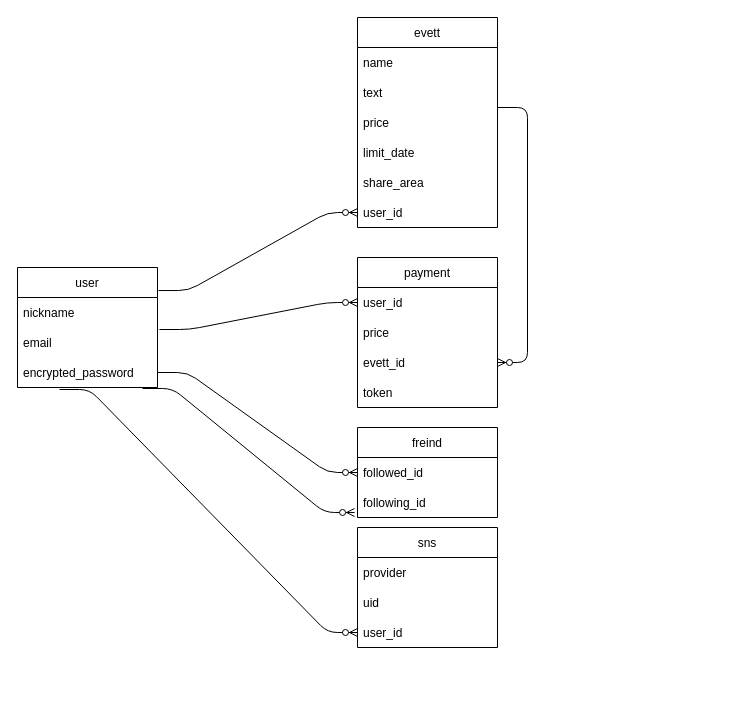
The draw.io diagram evett_db.dio in yukitaka7478/evett, before the edit. Source tidied: cells renumbered, new cells numbered last; positions are measured from the earlier drawing's top-left corner, leaving out a move shared by most shapes. Both pictures are drawn from the tidied source at 100%, with x=0, y=0 at pixel (17, 17).
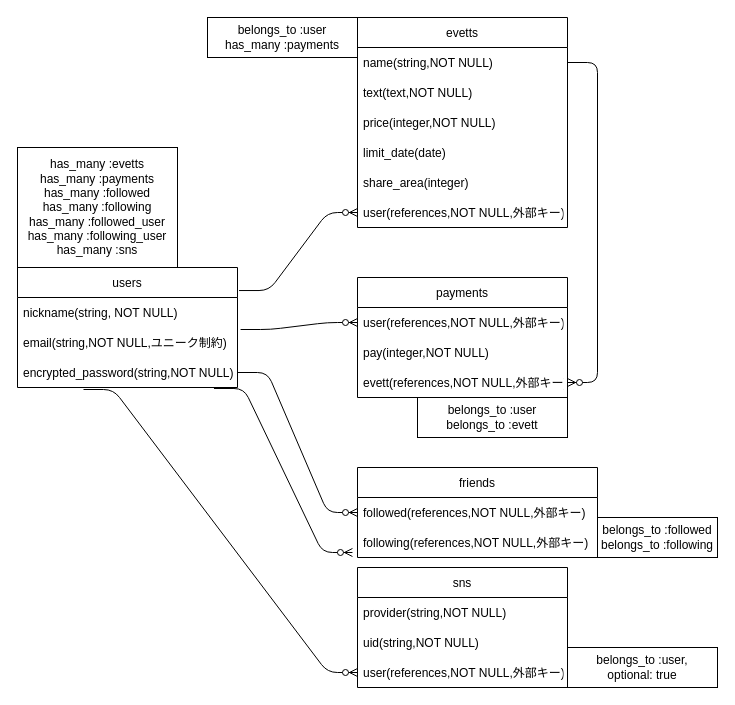
Above is the later version.

Commit message (it also covers changes not shown here):
データベース設計

Diff of the diagram source:
```diff
@@
-    <mxCell id="2" value="evett" style="swimlane;fontStyle=0;horizontal=1;startSize=30;" parent="1" vertex="1">
-      <mxGeometry x="340" width="140" height="210" as="geometry" />
+    <mxCell id="2" value="evetts" style="swimlane;fontStyle=0;horizontal=1;startSize=30;" parent="1" vertex="1">
+      <mxGeometry x="340" width="210" height="210" as="geometry" />
     </mxCell>
-    <mxCell id="3" value="name" style="text;strokeColor=none;fillColor=none;align=left;verticalAlign=middle;spacingLeft=4;spacingRight=4;overflow=hidden;points=[[0,0.5],[1,0.5]];portConstraint=eastwest;" parent="2" vertex="1">
-      <mxGeometry y="30" width="140" height="30" as="geometry" />
+    <mxCell id="3" value="name(string,NOT NULL)" style="text;strokeColor=none;fillColor=none;align=left;verticalAlign=middle;spacingLeft=4;spacingRight=4;overflow=hidden;points=[[0,0.5],[1,0.5]];portConstraint=eastwest;" parent="2" vertex="1">
+      <mxGeometry y="30" width="210" height="30" as="geometry" />
     </mxCell>
-    <mxCell id="4" value="text" style="text;strokeColor=none;fillColor=none;align=left;verticalAlign=middle;spacingLeft=4;spacingRight=4;overflow=hidden;" parent="2" vertex="1">
-      <mxGeometry y="60" width="140" height="30" as="geometry" />
+    <mxCell id="4" value="text(text,NOT NULL)" style="text;strokeColor=none;fillColor=none;align=left;verticalAlign=middle;spacingLeft=4;spacingRight=4;overflow=hidden;" parent="2" vertex="1">
+      <mxGeometry y="60" width="210" height="30" as="geometry" />
     </mxCell>
-    <mxCell id="5" value="price" style="text;strokeColor=none;fillColor=none;align=left;verticalAlign=middle;spacingLeft=4;spacingRight=4;overflow=hidden;" parent="2" vertex="1">
-      <mxGeometry y="90" width="140" height="30" as="geometry" />
+    <mxCell id="5" value="price(integer,NOT NULL)" style="text;strokeColor=none;fillColor=none;align=left;verticalAlign=middle;spacingLeft=4;spacingRight=4;overflow=hidden;" parent="2" vertex="1">
+      <mxGeometry y="90" width="210" height="30" as="geometry" />
     </mxCell>
-    <mxCell id="6" value="limit_date" style="text;strokeColor=none;fillColor=none;align=left;verticalAlign=middle;spacingLeft=4;spacingRight=4;overflow=hidden;" parent="2" vertex="1">
-      <mxGeometry y="120" width="140" height="30" as="geometry" />
+    <mxCell id="6" value="limit_date(date)" style="text;strokeColor=none;fillColor=none;align=left;verticalAlign=middle;spacingLeft=4;spacingRight=4;overflow=hidden;" parent="2" vertex="1">
+      <mxGeometry y="120" width="210" height="30" as="geometry" />
     </mxCell>
-    <mxCell id="7" value="share_area" style="text;strokeColor=none;fillColor=none;align=left;verticalAlign=middle;spacingLeft=4;spacingRight=4;overflow=hidden;" parent="2" vertex="1">
-      <mxGeometry y="150" width="140" height="30" as="geometry" />
+    <mxCell id="7" value="share_area(integer)" style="text;strokeColor=none;fillColor=none;align=left;verticalAlign=middle;spacingLeft=4;spacingRight=4;overflow=hidden;" parent="2" vertex="1">
+      <mxGeometry y="150" width="210" height="30" as="geometry" />
     </mxCell>
-    <mxCell id="8" value="user_id" style="text;strokeColor=none;fillColor=none;align=left;verticalAlign=middle;spacingLeft=4;spacingRight=4;overflow=hidden;points=[[0,0.5],[1,0.5]];portConstraint=eastwest;" parent="2" vertex="1">
-      <mxGeometry y="180" width="140" height="30" as="geometry" />
+    <mxCell id="8" value="user(references,NOT NULL,外部キー)" style="text;strokeColor=none;fillColor=none;align=left;verticalAlign=middle;spacingLeft=4;spacingRight=4;overflow=hidden;points=[[0,0.5],[1,0.5]];portConstraint=eastwest;" parent="2" vertex="1">
+      <mxGeometry y="180" width="210" height="30" as="geometry" />
     </mxCell>
-    <mxCell id="9" value="user" style="swimlane;fontStyle=0;horizontal=1;startSize=30;" parent="1" vertex="1">
-      <mxGeometry y="250" width="140" height="120" as="geometry" />
+    <mxCell id="9" value="users" style="swimlane;fontStyle=0;horizontal=1;startSize=30;" parent="1" vertex="1">
+      <mxGeometry y="250" width="220" height="120" as="geometry" />
     </mxCell>
-    <mxCell id="10" value="nickname" style="text;strokeColor=none;fillColor=none;align=left;verticalAlign=middle;spacingLeft=4;spacingRight=4;overflow=hidden;" parent="9" vertex="1">
-      <mxGeometry y="30" width="140" height="30" as="geometry" />
+    <mxCell id="10" value="nickname(string, NOT NULL)" style="text;strokeColor=none;fillColor=none;align=left;verticalAlign=middle;spacingLeft=4;spacingRight=4;overflow=hidden;" parent="9" vertex="1">
+      <mxGeometry y="30" width="220" height="30" as="geometry" />
     </mxCell>
-    <mxCell id="11" value="email" style="text;strokeColor=none;fillColor=none;align=left;verticalAlign=middle;spacingLeft=4;spacingRight=4;overflow=hidden;points=[[0,0.5],[1,0.5]];portConstraint=eastwest;" parent="9" vertex="1">
-      <mxGeometry y="60" width="140" height="30" as="geometry" />
+    <mxCell id="11" value="email(string,NOT NULL,ユニーク制約)" style="text;strokeColor=none;fillColor=none;align=left;verticalAlign=middle;spacingLeft=4;spacingRight=4;overflow=hidden;points=[[0,0.5],[1,0.5]];portConstraint=eastwest;" parent="9" vertex="1">
+      <mxGeometry y="60" width="220" height="30" as="geometry" />
     </mxCell>
-    <mxCell id="12" value="encrypted_password" style="text;strokeColor=none;fillColor=none;align=left;verticalAlign=middle;spacingLeft=4;spacingRight=4;overflow=hidden;points=[[0,0.5],[1,0.5]];portConstraint=eastwest;" parent="9" vertex="1">
-      <mxGeometry y="90" width="140" height="30" as="geometry" />
+    <mxCell id="12" value="encrypted_password(string,NOT NULL)" style="text;strokeColor=none;fillColor=none;align=left;verticalAlign=middle;spacingLeft=4;spacingRight=4;overflow=hidden;points=[[0,0.5],[1,0.5]];portConstraint=eastwest;" parent="9" vertex="1">
+      <mxGeometry y="90" width="220" height="30" as="geometry" />
     </mxCell>
-    <mxCell id="13" value="freind" style="swimlane;fontStyle=0;horizontal=1;startSize=30;" parent="1" vertex="1">
-      <mxGeometry x="340" y="410" width="140" height="90" as="geometry" />
+    <mxCell id="13" value="friends" style="swimlane;fontStyle=0;horizontal=1;startSize=30;" parent="1" vertex="1">
+      <mxGeometry x="340" y="450" width="240" height="90" as="geometry" />
     </mxCell>
-    <mxCell id="14" value="followed_id" style="text;strokeColor=none;fillColor=none;align=left;verticalAlign=middle;spacingLeft=4;spacingRight=4;overflow=hidden;points=[[0,0.5],[1,0.5]];portConstraint=eastwest;" parent="13" vertex="1">
-      <mxGeometry y="30" width="140" height="30" as="geometry" />
+    <mxCell id="14" value="followed(references,NOT NULL,外部キー)" style="text;strokeColor=none;fillColor=none;align=left;verticalAlign=middle;spacingLeft=4;spacingRight=4;overflow=hidden;points=[[0,0.5],[1,0.5]];portConstraint=eastwest;" parent="13" vertex="1">
+      <mxGeometry y="30" width="240" height="30" as="geometry" />
     </mxCell>
-    <mxCell id="15" value="following_id" style="text;strokeColor=none;fillColor=none;align=left;verticalAlign=middle;spacingLeft=4;spacingRight=4;overflow=hidden;points=[[0,0.5],[1,0.5]];portConstraint=eastwest;" parent="13" vertex="1">
-      <mxGeometry y="60" width="140" height="30" as="geometry" />
+    <mxCell id="15" value="following(references,NOT NULL,外部キー)" style="text;strokeColor=none;fillColor=none;align=left;verticalAlign=middle;spacingLeft=4;spacingRight=4;overflow=hidden;points=[[0,0.5],[1,0.5]];portConstraint=eastwest;" parent="13" vertex="1">
+      <mxGeometry y="60" width="240" height="30" as="geometry" />
     </mxCell>
     <mxCell id="16" value="sns" style="swimlane;fontStyle=0;horizontal=1;startSize=30;" parent="1" vertex="1">
-      <mxGeometry x="340" y="510" width="140" height="120" as="geometry" />
+      <mxGeometry x="340" y="550" width="210" height="120" as="geometry" />
     </mxCell>
-    <mxCell id="17" value="provider" style="text;strokeColor=none;fillColor=none;align=left;verticalAlign=middle;spacingLeft=4;spacingRight=4;overflow=hidden;" parent="16" vertex="1">
-      <mxGeometry y="30" width="140" height="30" as="geometry" />
+    <mxCell id="17" value="provider(string,NOT NULL)" style="text;strokeColor=none;fillColor=none;align=left;verticalAlign=middle;spacingLeft=4;spacingRight=4;overflow=hidden;" parent="16" vertex="1">
+      <mxGeometry y="30" width="210" height="30" as="geometry" />
     </mxCell>
-    <mxCell id="18" value="uid" style="text;strokeColor=none;fillColor=none;align=left;verticalAlign=middle;spacingLeft=4;spacingRight=4;overflow=hidden;" parent="16" vertex="1">
-      <mxGeometry y="60" width="140" height="30" as="geometry" />
+    <mxCell id="18" value="uid(string,NOT NULL)" style="text;strokeColor=none;fillColor=none;align=left;verticalAlign=middle;spacingLeft=4;spacingRight=4;overflow=hidden;" parent="16" vertex="1">
+      <mxGeometry y="60" width="210" height="30" as="geometry" />
     </mxCell>
-    <mxCell id="19" value="user_id" style="text;strokeColor=none;fillColor=none;align=left;verticalAlign=middle;spacingLeft=4;spacingRight=4;overflow=hidden;points=[[0,0.5],[1,0.5]];portConstraint=eastwest;" parent="16" vertex="1">
-      <mxGeometry y="90" width="140" height="30" as="geometry" />
+    <mxCell id="19" value="user(references,NOT NULL,外部キー)" style="text;strokeColor=none;fillColor=none;align=left;verticalAlign=middle;spacingLeft=4;spacingRight=4;overflow=hidden;points=[[0,0.5],[1,0.5]];portConstraint=eastwest;" parent="16" vertex="1">
+      <mxGeometry y="90" width="210" height="30" as="geometry" />
     </mxCell>
-    <mxCell id="20" value="payment" style="swimlane;fontStyle=0;horizontal=1;startSize=30;" parent="1" vertex="1">
-      <mxGeometry x="340" y="240" width="140" height="150" as="geometry" />
+    <mxCell id="20" value="payments" style="swimlane;fontStyle=0;horizontal=1;startSize=30;" parent="1" vertex="1">
+      <mxGeometry x="340" y="260" width="210" height="120" as="geometry" />
     </mxCell>
-    <mxCell id="21" value="user_id" style="text;strokeColor=none;fillColor=none;align=left;verticalAlign=middle;spacingLeft=4;spacingRight=4;overflow=hidden;points=[[0,0.5],[1,0.5]];portConstraint=eastwest;" parent="20" vertex="1">
-      <mxGeometry y="30" width="140" height="30" as="geometry" />
+    <mxCell id="21" value="user(references,NOT NULL,外部キー)" style="text;strokeColor=none;fillColor=none;align=left;verticalAlign=middle;spacingLeft=4;spacingRight=4;overflow=hidden;points=[[0,0.5],[1,0.5]];portConstraint=eastwest;" parent="20" vertex="1">
+      <mxGeometry y="30" width="210" height="30" as="geometry" />
     </mxCell>
-    <mxCell id="22" value="price" style="text;strokeColor=none;fillColor=none;align=left;verticalAlign=middle;spacingLeft=4;spacingRight=4;overflow=hidden;" parent="20" vertex="1">
-      <mxGeometry y="60" width="140" height="30" as="geometry" />
+    <mxCell id="22" value="pay(integer,NOT NULL)" style="text;strokeColor=none;fillColor=none;align=left;verticalAlign=middle;spacingLeft=4;spacingRight=4;overflow=hidden;" parent="20" vertex="1">
+      <mxGeometry y="60" width="210" height="30" as="geometry" />
     </mxCell>
-    <mxCell id="23" value="evett_id" style="text;strokeColor=none;fillColor=none;align=left;verticalAlign=middle;spacingLeft=4;spacingRight=4;overflow=hidden;points=[[0,0.5],[1,0.5]];portConstraint=eastwest;" parent="20" vertex="1">
-      <mxGeometry y="90" width="140" height="30" as="geometry" />
+    <mxCell id="23" value="evett(references,NOT NULL,外部キー)" style="text;strokeColor=none;fillColor=none;align=left;verticalAlign=middle;spacingLeft=4;spacingRight=4;overflow=hidden;points=[[0,0.5],[1,0.5]];portConstraint=eastwest;" parent="20" vertex="1">
+      <mxGeometry y="90" width="210" height="30" as="geometry" />
     </mxCell>
-    <mxCell id="24" value="token" style="text;strokeColor=none;fillColor=none;align=left;verticalAlign=middle;spacingLeft=4;spacingRight=4;overflow=hidden;" parent="20" vertex="1">
-      <mxGeometry y="120" width="140" height="30" as="geometry" />
-    </mxCell>
@@
-    <mxCell id="29" style="edgeStyle=entityRelationEdgeStyle;fontSize=12;html=1;endArrow=ERzeroToMany;endFill=1;entryX=1;entryY=0.5;entryDx=0;entryDy=0;" parent="1" edge="1" target="23">
-      <mxGeometry relative="1" as="geometry">
-        <mxPoint x="480" y="90" as="sourcePoint" />
-      </mxGeometry>
+    <mxCell id="29" style="edgeStyle=entityRelationEdgeStyle;fontSize=12;html=1;endArrow=ERzeroToMany;endFill=1;entryX=1;entryY=0.5;entryDx=0;entryDy=0;exitX=1;exitY=0.5;exitDx=0;exitDy=0;" parent="1" edge="1" source="3" target="23">
+      <mxGeometry relative="1" as="geometry" />
     </mxCell>
@@
+    <mxCell id="31" value="has_many :evetts&lt;br&gt;has_many :payments&lt;br&gt;has_many :followed&lt;br&gt;has_many :following&lt;br&gt;has_many :followed_user&lt;br&gt;has_many :following_user&lt;br&gt;has_many :sns" style="whiteSpace=wrap;html=1;align=center;" parent="1" vertex="1">
+      <mxGeometry y="130" width="160" height="120" as="geometry" />
+    </mxCell>
+    <mxCell id="32" value="belongs_to :user&lt;br&gt;has_many :payments" style="whiteSpace=wrap;html=1;align=center;" parent="1" vertex="1">
+      <mxGeometry x="190" width="150" height="40" as="geometry" />
+    </mxCell>
+    <mxCell id="33" value="belongs_to :user&lt;br&gt;belongs_to :evett" style="whiteSpace=wrap;html=1;align=center;" parent="1" vertex="1">
+      <mxGeometry x="400" y="380" width="150" height="40" as="geometry" />
+    </mxCell>
+    <mxCell id="34" value="belongs_to :user, &lt;br&gt;optional: true" style="whiteSpace=wrap;html=1;align=center;" parent="1" vertex="1">
+      <mxGeometry x="550" y="630" width="150" height="40" as="geometry" />
+    </mxCell>
+    <mxCell id="35" value="belongs_to :followed&lt;br&gt;belongs_to :following" style="whiteSpace=wrap;html=1;align=center;" parent="1" vertex="1">
+      <mxGeometry x="580" y="500" width="120" height="40" as="geometry" />
+    </mxCell>
```
